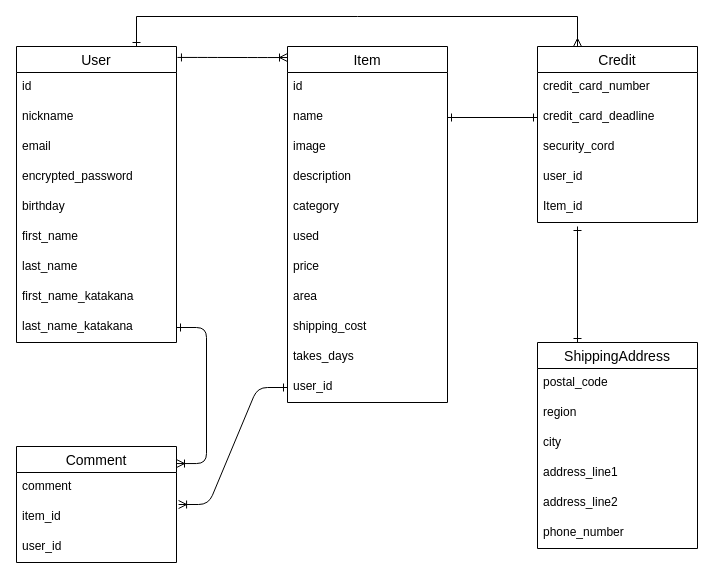
Before: test.dio in YShu518/furima-35833, a draw.io diagram. Source tidied: cells renumbered, new cells numbered last; positions are measured from the earlier drawing's top-left corner, leaving out a move shared by most shapes. Both pictures are drawn from the tidied source at 100%, with x=0, y=0 at pixel (16, 16).
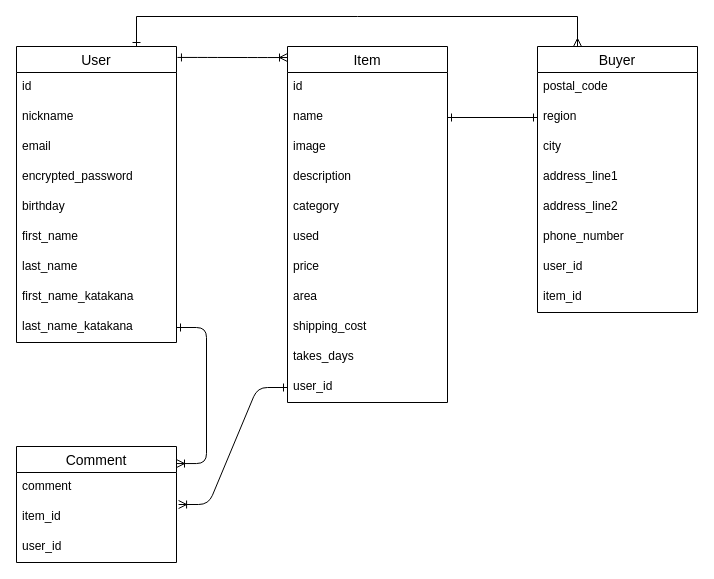
The same page after the edit.

The change refers to these unchanged cells:
```xml
<mxCell id="3" value="User" style="swimlane;fontStyle=0;horizontal=1;startSize=26;align=center;fontSize=14;" parent="1" vertex="1">
  <mxGeometry y="30" width="160" height="296" as="geometry" />
</mxCell>
<mxCell id="16" value="name" style="text;strokeColor=none;fillColor=none;spacingLeft=4;spacingRight=4;overflow=hidden;points=[[0,0.5],[1,0.5]];portConstraint=eastwest;fontSize=12;" parent="14" vertex="1">
  <mxGeometry y="56" width="160" height="30" as="geometry" />
</mxCell>
<mxCell id="41" value="region" style="text;strokeColor=none;fillColor=none;spacingLeft=4;spacingRight=4;overflow=hidden;points=[[0,0.5],[1,0.5]];portConstraint=eastwest;fontSize=12;" parent="39" vertex="1">
  <mxGeometry y="56" width="160" height="30" as="geometry" />
</mxCell>
```

Change to the diagram source:
```diff
@@
-    <mxCell id="2" style="edgeStyle=none;rounded=0;jettySize=auto;html=1;exitX=0.75;exitY=0;exitDx=0;exitDy=0;entryX=0.25;entryY=0;entryDx=0;entryDy=0;startArrow=ERone;startFill=0;endArrow=ERmany;endFill=0;" parent="1" edge="1" source="3" target="33">
+    <mxCell id="2" style="edgeStyle=none;rounded=0;jettySize=auto;html=1;exitX=0.75;exitY=0;exitDx=0;exitDy=0;entryX=0.25;entryY=0;entryDx=0;entryDy=0;startArrow=ERone;startFill=0;endArrow=ERmany;endFill=0;" parent="1" edge="1" source="3" target="39">
       <mxGeometry relative="1" as="geometry">
         <Array as="points">
           <mxPoint x="120" />
           <mxPoint x="341" />
           <mxPoint x="561" />
         </Array>
       </mxGeometry>
     </mxCell>
@@
-    <mxCell id="13" style="edgeStyle=none;rounded=0;jettySize=auto;html=1;exitX=1;exitY=0.5;exitDx=0;exitDy=0;entryX=0;entryY=0.5;entryDx=0;entryDy=0;startArrow=ERone;startFill=0;endArrow=ERone;endFill=0;" parent="1" edge="1" source="16" target="35">
+    <mxCell id="13" style="edgeStyle=none;rounded=0;jettySize=auto;html=1;exitX=1;exitY=0.5;exitDx=0;exitDy=0;entryX=0;entryY=0.5;entryDx=0;entryDy=0;startArrow=ERone;startFill=0;endArrow=ERone;endFill=0;" parent="1" edge="1" source="16" target="41">
       <mxGeometry relative="1" as="geometry" />
     </mxCell>
@@
-    <mxCell id="33" value="Credit" style="swimlane;fontStyle=0;horizontal=1;startSize=26;align=center;fontSize=14;" parent="1" vertex="1">
-      <mxGeometry x="521" y="30" width="160" height="176" as="geometry" />
-    </mxCell>
-    <mxCell id="34" value="credit_card_number" style="text;strokeColor=none;fillColor=none;spacingLeft=4;spacingRight=4;overflow=hidden;fontSize=12;" parent="33" vertex="1">
-      <mxGeometry y="26" width="160" height="30" as="geometry" />
-    </mxCell>
-    <mxCell id="35" value="credit_card_deadline" style="text;strokeColor=none;fillColor=none;spacingLeft=4;spacingRight=4;overflow=hidden;points=[[0,0.5],[1,0.5]];portConstraint=eastwest;fontSize=12;" parent="33" vertex="1">
-      <mxGeometry y="56" width="160" height="30" as="geometry" />
-    </mxCell>
-    <mxCell id="36" value="security_cord" style="text;strokeColor=none;fillColor=none;spacingLeft=4;spacingRight=4;overflow=hidden;fontSize=12;" parent="33" vertex="1">
-      <mxGeometry y="86" width="160" height="30" as="geometry" />
-    </mxCell>
-    <mxCell id="37" value="user_id" style="text;strokeColor=none;fillColor=none;spacingLeft=4;spacingRight=4;overflow=hidden;fontSize=12;" parent="33" vertex="1">
-      <mxGeometry y="116" width="160" height="30" as="geometry" />
-    </mxCell>
-    <mxCell id="38" value="Item_id" style="text;strokeColor=none;fillColor=none;spacingLeft=4;spacingRight=4;overflow=hidden;fontSize=12;" parent="33" vertex="1">
-      <mxGeometry y="146" width="160" height="30" as="geometry" />
-    </mxCell>
-    <mxCell id="39" value="ShippingAddress" style="swimlane;fontStyle=0;horizontal=1;startSize=26;align=center;fontSize=14;" parent="1" vertex="1">
-      <mxGeometry x="521" y="326" width="160" height="206" as="geometry" />
+    <mxCell id="39" value="Buyer" style="swimlane;fontStyle=0;horizontal=1;startSize=26;align=center;fontSize=14;" parent="1" vertex="1">
+      <mxGeometry x="521" y="30" width="160" height="266" as="geometry" />
     </mxCell>
@@
-    <mxCell id="46" style="edgeStyle=none;rounded=0;jettySize=auto;html=1;entryX=0.25;entryY=0;entryDx=0;entryDy=0;startArrow=ERone;startFill=0;endArrow=ERone;endFill=0;" parent="1" edge="1" target="39">
-      <mxGeometry relative="1" as="geometry">
-        <mxPoint x="561" y="210" as="sourcePoint" />
-      </mxGeometry>
-    </mxCell>
+    <mxCell id="37" value="user_id" style="text;strokeColor=none;fillColor=none;spacingLeft=4;spacingRight=4;overflow=hidden;fontSize=12;" parent="39" vertex="1">
+      <mxGeometry y="206" width="160" height="30" as="geometry" />
+    </mxCell>
+    <mxCell id="47" value="item_id" style="text;strokeColor=none;fillColor=none;spacingLeft=4;spacingRight=4;overflow=hidden;fontSize=12;" parent="39" vertex="1">
+      <mxGeometry y="236" width="160" height="30" as="geometry" />
+    </mxCell>
```
